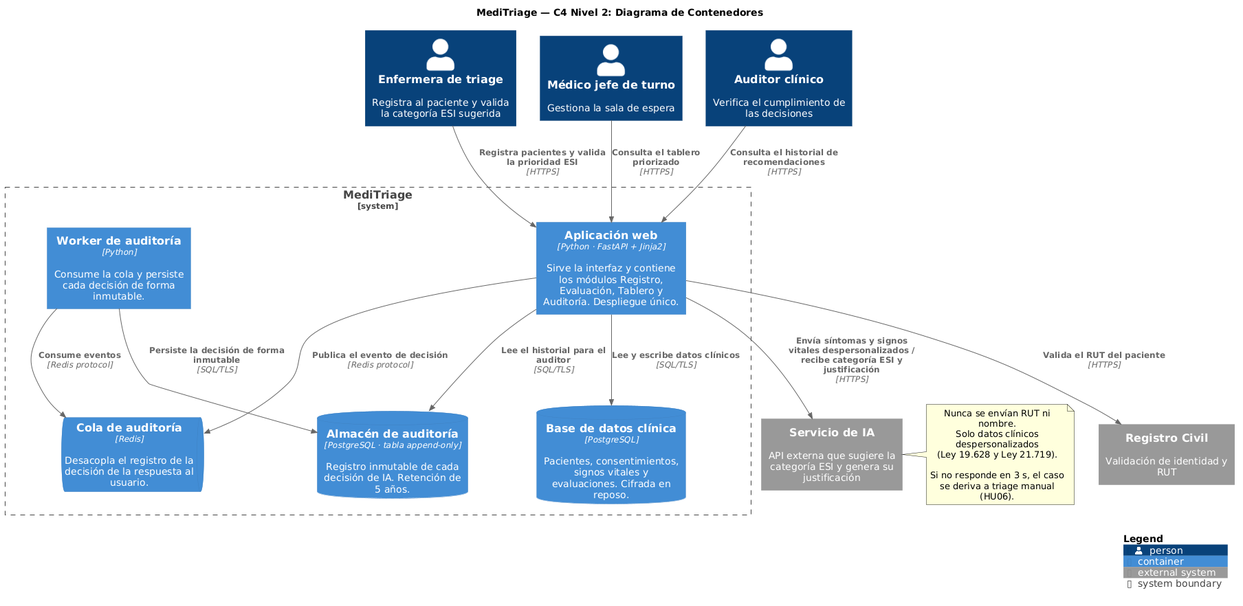
Earlier version of the PlantUML export docs/c4/l2-container.png (constanzavaldiviadiaz-svg/meditriage). The source it was exported from:
```plantuml
@startuml
!include <C4/C4_Container>

title MediTriage — C4 Nivel 2: Diagrama de Contenedores

Person(enfermera, "Enfermera de triage", "Registra al paciente y valida la categoría ESI sugerida")
Person(medico, "Médico jefe de turno", "Gestiona la sala de espera")
Person(auditor, "Auditor clínico", "Verifica el cumplimiento de las decisiones")

System_Boundary(meditriage, "MediTriage") {
  Container(web, "Aplicación web", "Python · FastAPI + Jinja2", "Sirve la interfaz y contiene los módulos Registro, Evaluación, Tablero y Auditoría. Despliegue único.")
  ContainerDb(db, "Base de datos clínica", "PostgreSQL", "Pacientes, consentimientos, signos vitales y evaluaciones. Cifrada en reposo.")
  ContainerQueue(cola, "Cola de auditoría", "Redis", "Desacopla el registro de la decisión de la respuesta al usuario.")
  Container(worker, "Worker de auditoría", "Python", "Consume la cola y persiste cada decisión de forma inmutable.")
  ContainerDb(audit, "Almacén de auditoría", "PostgreSQL · tabla append-only", "Registro inmutable de cada decisión de IA. Retención de 5 años.")
}

System_Ext(ia, "Servicio de IA", "API externa que sugiere la categoría ESI y genera su justificación")
System_Ext(registro, "Registro Civil", "Validación de identidad y RUT")

Rel(enfermera, web, "Registra pacientes y valida la prioridad ESI", "HTTPS")
Rel(medico, web, "Consulta el tablero priorizado", "HTTPS")
Rel(auditor, web, "Consulta el historial de recomendaciones", "HTTPS")

Rel(web, db, "Lee y escribe datos clínicos", "SQL/TLS")
Rel(web, registro, "Valida el RUT del paciente", "HTTPS")
Rel(web, ia, "Envía síntomas y signos vitales despersonalizados / recibe categoría ESI y justificación", "HTTPS")
Rel(web, cola, "Publica el evento de decisión", "Redis protocol")
Rel(worker, cola, "Consume eventos", "Redis protocol")
Rel(worker, audit, "Persiste la decisión de forma inmutable", "SQL/TLS")
Rel(web, audit, "Lee el historial para el auditor", "SQL/TLS")

note right of ia
  Nunca se envían RUT ni nombre.
  Solo datos clínicos despersonalizados
  (Ley 19.628 y Ley 21.719).

  Si no responde en 3 s, el caso
  se deriva a triage manual (HU06).
end note

SHOW_LEGEND()
@enduml
```
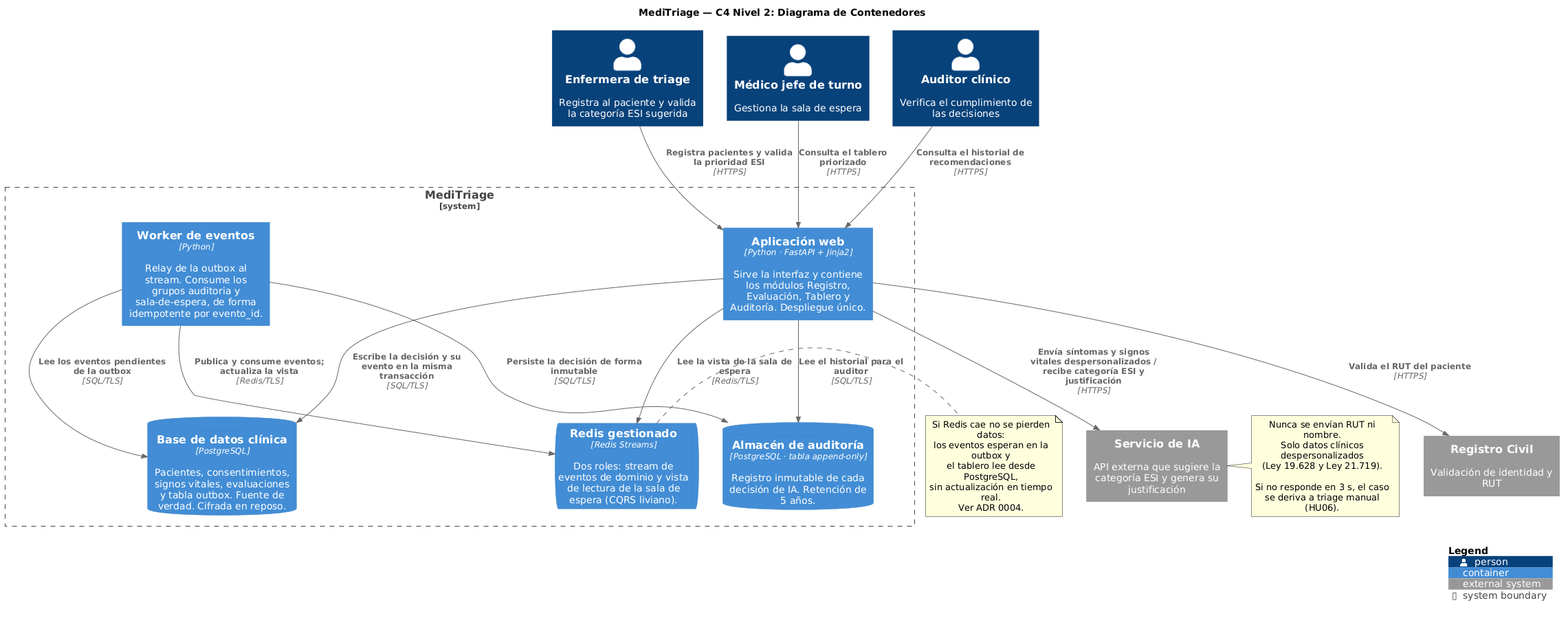
Later version of the same file.

Commit message:
docs: actualiza el C4 nivel 2 con el broker y los dos roles de Redis

Change to the diagram source:
```diff
@@ -9,9 +9,9 @@
 
 System_Boundary(meditriage, "MediTriage") {
   Container(web, "Aplicación web", "Python · FastAPI + Jinja2", "Sirve la interfaz y contiene los módulos Registro, Evaluación, Tablero y Auditoría. Despliegue único.")
-  ContainerDb(db, "Base de datos clínica", "PostgreSQL", "Pacientes, consentimientos, signos vitales y evaluaciones. Cifrada en reposo.")
-  ContainerQueue(cola, "Cola de auditoría", "Redis", "Desacopla el registro de la decisión de la respuesta al usuario.")
-  Container(worker, "Worker de auditoría", "Python", "Consume la cola y persiste cada decisión de forma inmutable.")
+  ContainerDb(db, "Base de datos clínica", "PostgreSQL", "Pacientes, consentimientos, signos vitales, evaluaciones y tabla outbox. Fuente de verdad. Cifrada en reposo.")
+  ContainerQueue(redis, "Redis gestionado", "Redis Streams", "Dos roles: stream de eventos de dominio y vista de lectura de la sala de espera (CQRS liviano).")
+  Container(worker, "Worker de eventos", "Python", "Relay de la outbox al stream. Consume los grupos auditoria y sala-de-espera, de forma idempotente por evento_id.")
   ContainerDb(audit, "Almacén de auditoría", "PostgreSQL · tabla append-only", "Registro inmutable de cada decisión de IA. Retención de 5 años.")
 }
 
@@ -22,11 +22,12 @@
 Rel(medico, web, "Consulta el tablero priorizado", "HTTPS")
 Rel(auditor, web, "Consulta el historial de recomendaciones", "HTTPS")
 
-Rel(web, db, "Lee y escribe datos clínicos", "SQL/TLS")
+Rel(web, db, "Escribe la decisión y su evento en la misma transacción", "SQL/TLS")
 Rel(web, registro, "Valida el RUT del paciente", "HTTPS")
 Rel(web, ia, "Envía síntomas y signos vitales despersonalizados / recibe categoría ESI y justificación", "HTTPS")
-Rel(web, cola, "Publica el evento de decisión", "Redis protocol")
-Rel(worker, cola, "Consume eventos", "Redis protocol")
+Rel(web, redis, "Lee la vista de la sala de espera", "Redis/TLS")
+Rel(worker, db, "Lee los eventos pendientes de la outbox", "SQL/TLS")
+Rel(worker, redis, "Publica y consume eventos; actualiza la vista", "Redis/TLS")
 Rel(worker, audit, "Persiste la decisión de forma inmutable", "SQL/TLS")
 Rel(web, audit, "Lee el historial para el auditor", "SQL/TLS")
 
@@ -39,5 +40,13 @@
   se deriva a triage manual (HU06).
 end note
 
+note right of redis
+  Si Redis cae no se pierden datos:
+  los eventos esperan en la outbox y
+  el tablero lee desde PostgreSQL,
+  sin actualización en tiempo real.
+  Ver ADR 0004.
+end note
+
 SHOW_LEGEND()
 @enduml
```
